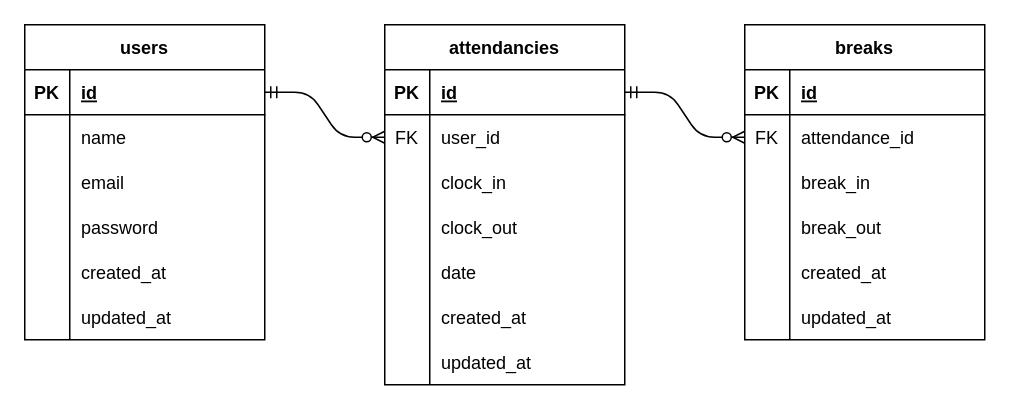
teestojko/attend keeps this draw.io diagram as .drawio. Above is the earlier version. Source tidied: cells renumbered, new cells numbered last; positions are measured from the earlier drawing's top-left corner, leaving out a move shared by most shapes. Both pictures are drawn from the tidied source at 150%, with x=0, y=0 at pixel (24, 24).
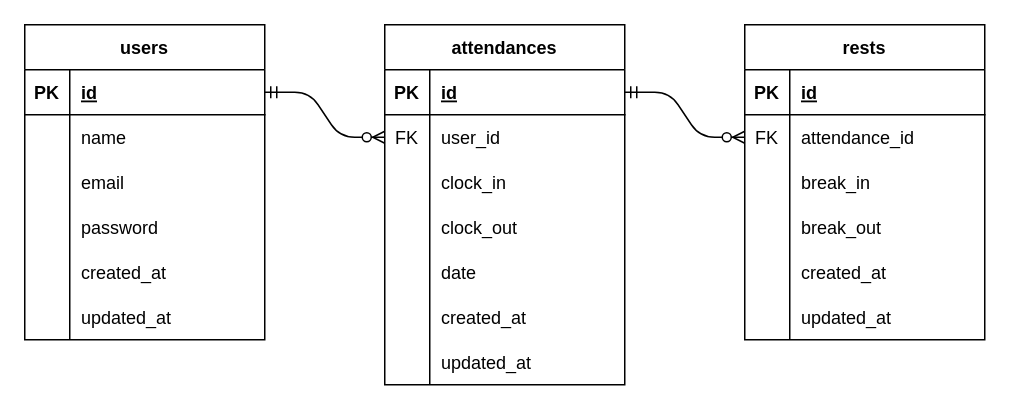
The same diagram, later.

Change to the diagram source:
```diff
@@
-    <mxCell id="21" value="attendancies" style="shape=table;startSize=30;childLayout=tableLayout;rowLines=0;fontStyle=1;align=center;" parent="1" vertex="1">
+    <mxCell id="21" value="attendances" style="shape=table;startSize=30;childLayout=tableLayout;rowLines=0;fontStyle=1;align=center;" parent="1" vertex="1">
       <mxGeometry x="240" width="160" height="240" as="geometry" />
     </mxCell>
@@
-    <mxCell id="44" value="breaks" style="shape=table;startSize=30;childLayout=tableLayout;rowLines=0;fontStyle=1;align=center;" parent="1" vertex="1">
+    <mxCell id="44" value="rests" style="shape=table;startSize=30;childLayout=tableLayout;rowLines=0;fontStyle=1;align=center;" parent="1" vertex="1">
       <mxGeometry x="480" width="160" height="210" as="geometry" />
     </mxCell>
```
